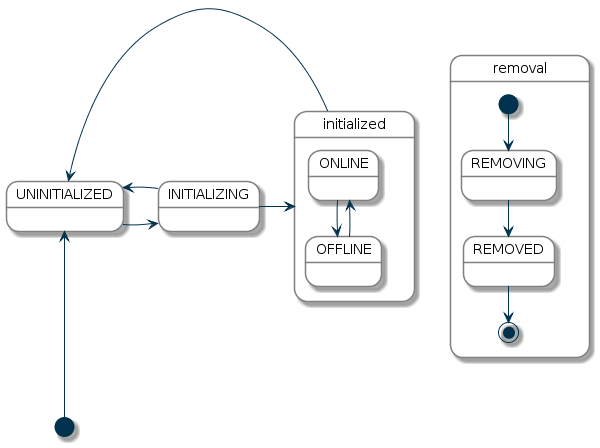
Before: docs/documentation/concepts/diagrams/status_transitions.png, a diagram exported from PlantUML (eclipse-archived/smarthome).
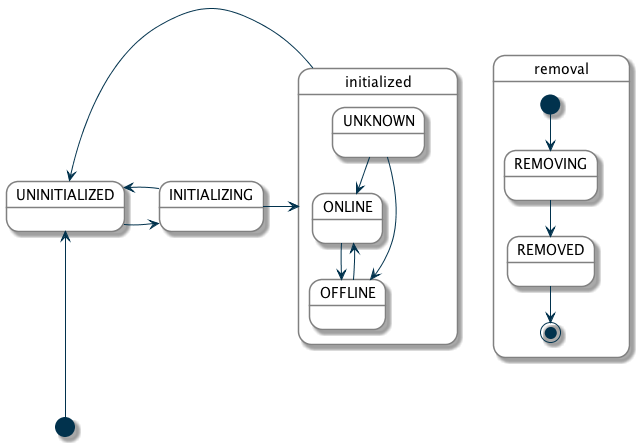
After the commit.

Commit message:
introduce an UNKNOWN thing status

Diff of the diagram source:
```diff
@@ -1,5 +1,4 @@
 @startuml
-
 skinparam state {
   BackgroundColor White
   BorderColor Grey
@@ -13,6 +12,8 @@
 INITIALIZING -right-> initialized
 
 state initialized {
+ UNKNOWN --> ONLINE
+ UNKNOWN --> OFFLINE
  ONLINE --> OFFLINE
  OFFLINE --> ONLINE
 }
```
